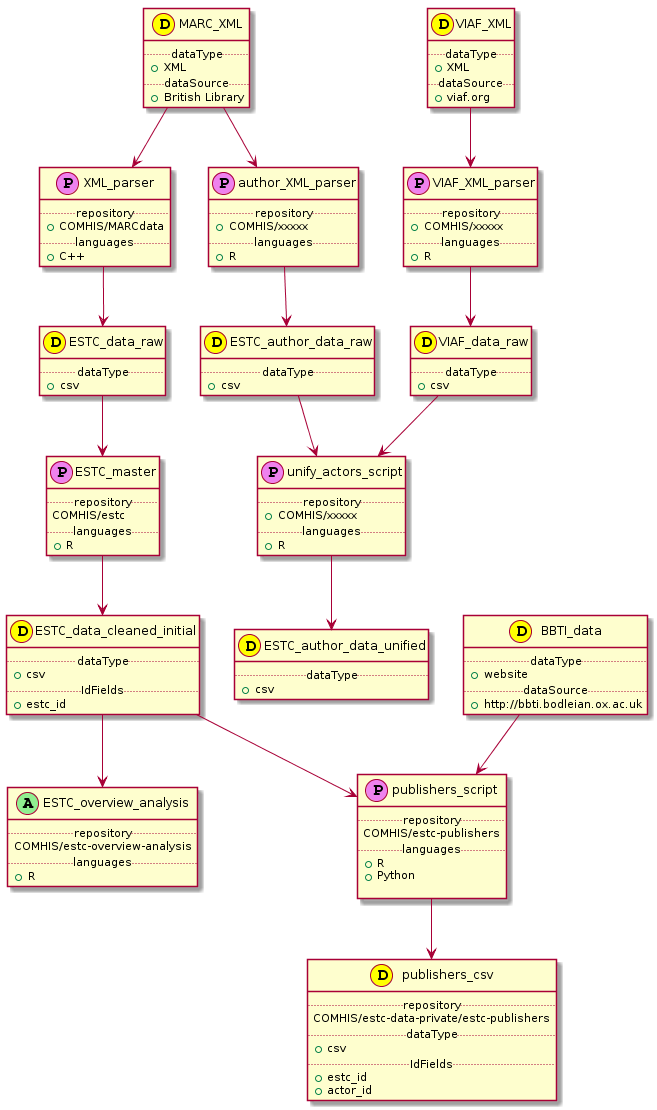
COMHIS/estc-workflow keeps this PlantUML diagram as dependencies/dependencies.png. Above is the earlier version.
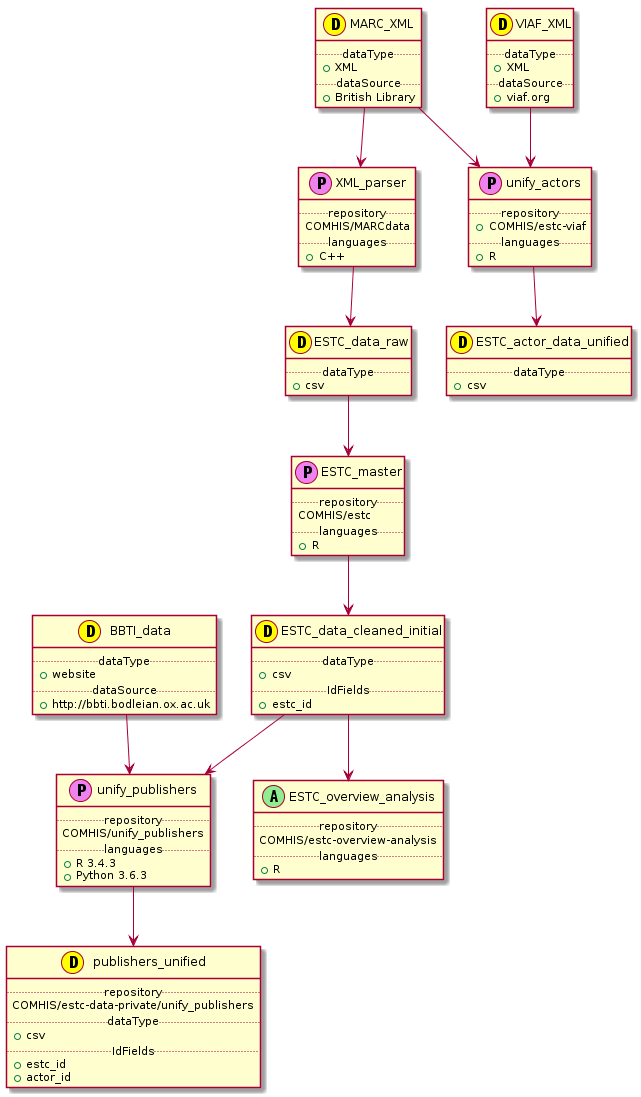
Above is the later version.

Commit message:
adjusted UML diagram

Change to the diagram source:
```diff
@@ -6,25 +6,29 @@
     .. dataSource ..
     + British Library
 }
+
 class ESTC_data_raw << (D,yellow) >> {
     .. dataType ..
     + csv
 }
+
 class ESTC_data_cleaned_initial << (D,yellow) >> {
     .. dataType ..
     + csv
     .. IdFields ..
     + estc_id
 }
-class publishers_csv << (D,yellow) >> {
+
+class publishers_unified << (D,yellow) >> {
     .. repository ..
-    COMHIS/estc-data-private/estc-publishers
+    COMHIS/estc-data-private/unify_publishers
     .. dataType ..
     + csv
     .. IdFields ..
     + estc_id
     + actor_id
 }
+
 class BBTI_data << (D,yellow) >> {
     .. dataType ..
     + website
@@ -32,27 +36,30 @@
     + http://bbti.bodleian.ox.ac.uk
 }
 
-
 class XML_parser << (P,violet) >> {
     .. repository ..
-    + COMHIS/MARCdata
+    COMHIS/MARCdata
     .. languages ..
     + C++
 }
+
 class ESTC_master << (P,violet) >> {
     .. repository ..
     COMHIS/estc
     .. languages ..
     + R
 }
-class publishers_script << (P,violet) >> {
+
+class unify_publishers << (P,violet) >> {
     .. repository ..
-    COMHIS/estc-publishers
+    COMHIS/unify_publishers
     .. languages ..
-    + R
-    + Python
+    + R 3.4.3
+    + Python 3.6.3
 
 }
+
+
 class ESTC_overview_analysis << (A,lightgreen) >> {
     .. repository ..
     COMHIS/estc-overview-analysis
@@ -68,60 +75,31 @@
     + viaf.org
 }
 
-class VIAF_XML_parser << (P,violet) >> {
+class unify_actors << (P,violet) >> {
     .. repository ..
-    + COMHIS/xxxxx
+    + COMHIS/estc-viaf
     .. languages ..
     + R
 }
 
-class VIAF_data_raw << (D,yellow) >> {
+class ESTC_actor_data_unified << (D,yellow) >> {
     .. dataType ..
     + csv
 }
 
-class author_XML_parser << (P,violet) >> {
-    .. repository ..
-    + COMHIS/xxxxx
-    .. languages ..
-    + R
-}
-
-class ESTC_author_data_raw << (D,yellow) >> {
-    .. dataType ..
-    + csv
-}
-
-class unify_actors_script << (P,violet) >> {
-    .. repository ..
-    + COMHIS/xxxxx
-    .. languages ..
-    + R
-}
-
-class ESTC_author_data_unified << (D,yellow) >> {
-    .. dataType ..
-    + csv
-}
-
-VIAF_XML --> VIAF_XML_parser
-VIAF_XML_parser --> VIAF_data_raw
-MARC_XML --> author_XML_parser
-author_XML_parser --> ESTC_author_data_raw
-ESTC_author_data_raw --> unify_actors_script
-VIAF_data_raw --> unify_actors_script
-unify_actors_script --> ESTC_author_data_unified
-
+VIAF_XML --> unify_actors
+MARC_XML --> unify_actors
+unify_actors --> ESTC_actor_data_unified
 
 MARC_XML --> XML_parser
 XML_parser --> ESTC_data_raw
 
 ESTC_data_raw --> ESTC_master
 ESTC_master --> ESTC_data_cleaned_initial
-ESTC_data_cleaned_initial --> publishers_script
+ESTC_data_cleaned_initial --> unify_publishers
 
-BBTI_data --> publishers_script
-publishers_script --> publishers_csv
+BBTI_data --> unify_publishers
+unify_publishers --> publishers_unified
 
 ESTC_data_cleaned_initial --> ESTC_overview_analysis
 
```
